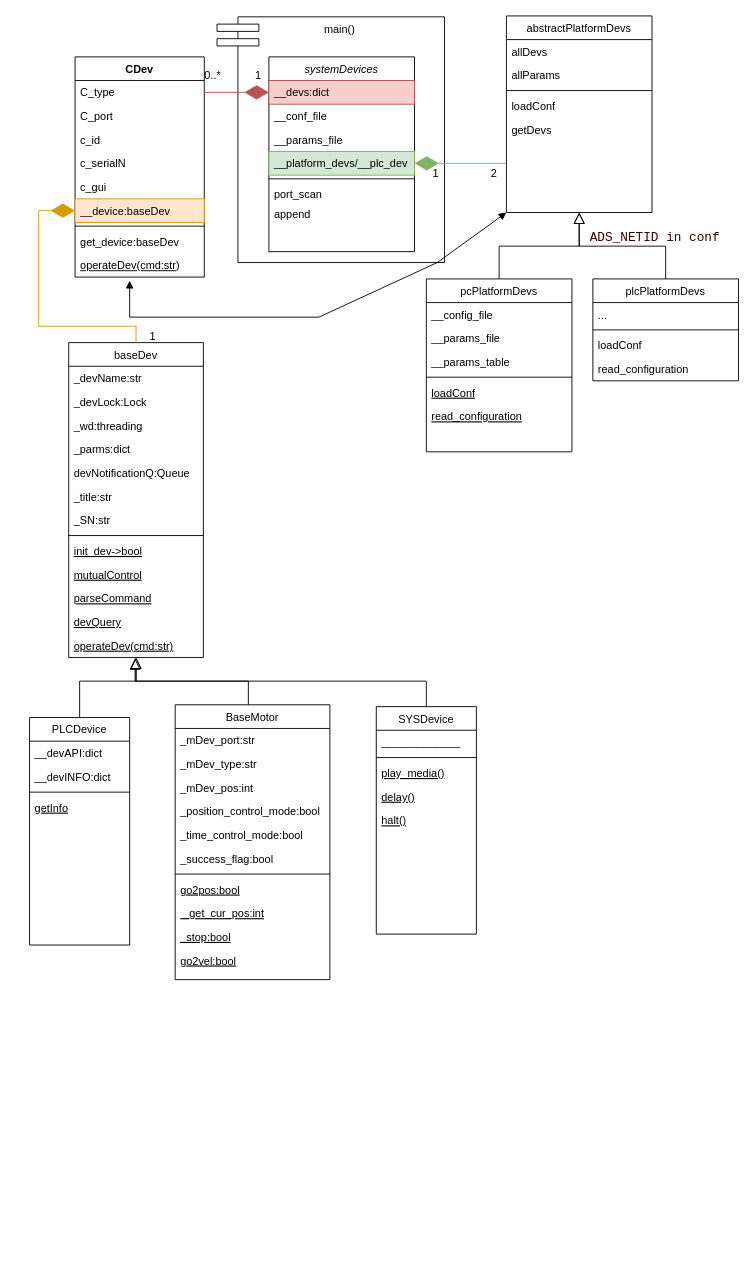
This is page "Conf & devs" (1 of 2) of v5 class diagram.drawio from lvoldman/v5, a draw.io file, before an edit. Source tidied: cells renumbered, new cells numbered last; positions are measured from the earlier drawing's top-left corner, leaving out a move shared by most shapes. Both pictures are drawn from the tidied source at 91%, with x=0, y=0 at pixel (29, 15).
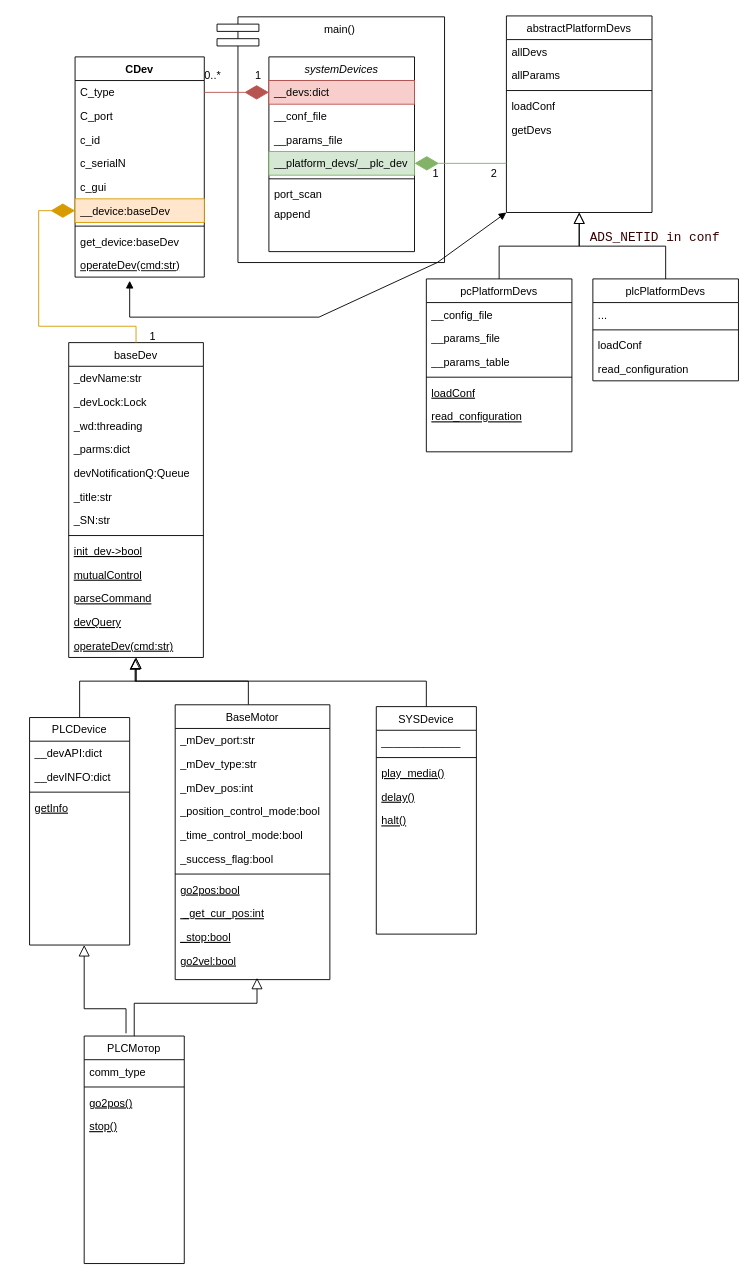
The same page after the edit.

The change refers to these unchanged cells:
```xml
<mxCell id="76" value="go2vel:bool" style="text;align=left;verticalAlign=top;spacingLeft=4;spacingRight=4;overflow=hidden;points=[[0,0.5],[1,0.5]];portConstraint=eastwest;fontStyle=4;" parent="65" vertex="1">
  <mxGeometry y="268" width="170" height="32" as="geometry" />
</mxCell>
```

Change to the diagram source:
```diff
@@
+    <mxCell id="91" value="PLCМотор" style="swimlane;fontStyle=0;align=center;verticalAlign=top;horizontal=1;startSize=26;rounded=0;shadow=0;strokeWidth=1;" parent="1" vertex="1">
+      <mxGeometry x="60" y="1121" width="110" height="250" as="geometry" />
+    </mxCell>
+    <mxCell id="92" value="comm_type" style="text;align=left;verticalAlign=top;spacingLeft=4;spacingRight=4;overflow=hidden;rounded=0;shadow=0;html=0;" parent="91" vertex="1">
+      <mxGeometry y="26" width="110" height="26" as="geometry" />
+    </mxCell>
+    <mxCell id="93" style="line;html=1;strokeWidth=1;align=left;verticalAlign=middle;spacingTop=-1;spacingLeft=3;spacingRight=3;labelPosition=right;" parent="91" vertex="1">
+      <mxGeometry y="52" width="110" height="8" as="geometry" />
+    </mxCell>
+    <mxCell id="94" value="go2pos()" style="text;align=left;verticalAlign=top;spacingLeft=4;spacingRight=4;overflow=hidden;fontStyle=4;" parent="91" vertex="1">
+      <mxGeometry y="60" width="110" height="26" as="geometry" />
+    </mxCell>
+    <mxCell id="95" value="stop()" style="text;align=left;verticalAlign=top;spacingLeft=4;spacingRight=4;overflow=hidden;fontStyle=4;" parent="91" vertex="1">
+      <mxGeometry y="86" width="110" height="26" as="geometry" />
+    </mxCell>
+    <mxCell id="96" style="endArrow=block;endSize=10;endFill=0;shadow=0;strokeWidth=1;rounded=0;curved=0;edgeStyle=elbowEdgeStyle;elbow=vertical;exitX=0.418;exitY=-0.012;exitDx=0;exitDy=0;exitPerimeter=0;" parent="1" edge="1" source="91">
+      <mxGeometry relative="1" as="geometry">
+        <mxPoint x="60" y="1021" as="targetPoint" />
+        <Array as="points">
+          <mxPoint x="90" y="1091" />
+        </Array>
+      </mxGeometry>
+    </mxCell>
+    <mxCell id="97" style="endArrow=block;endSize=10;endFill=0;shadow=0;strokeWidth=1;rounded=0;curved=0;edgeStyle=elbowEdgeStyle;elbow=vertical;entryX=0.529;entryY=1;entryDx=0;entryDy=0;exitX=0.5;exitY=0;exitDx=0;exitDy=0;entryPerimeter=0;" parent="1" edge="1" source="91" target="76">
+      <mxGeometry relative="1" as="geometry">
+        <Array as="points">
+          <mxPoint x="226" y="1085" />
+        </Array>
+      </mxGeometry>
+    </mxCell>
```
